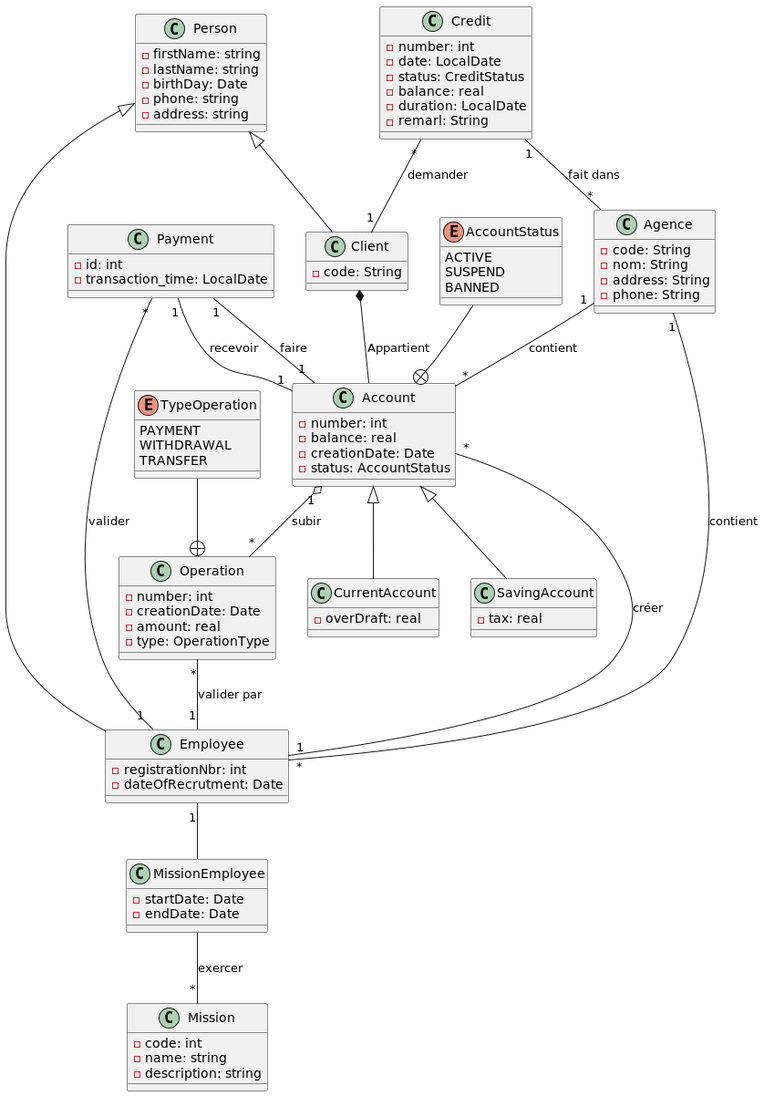
Earlier version of the PlantUML export class.png (aymane-smi/bank-management).
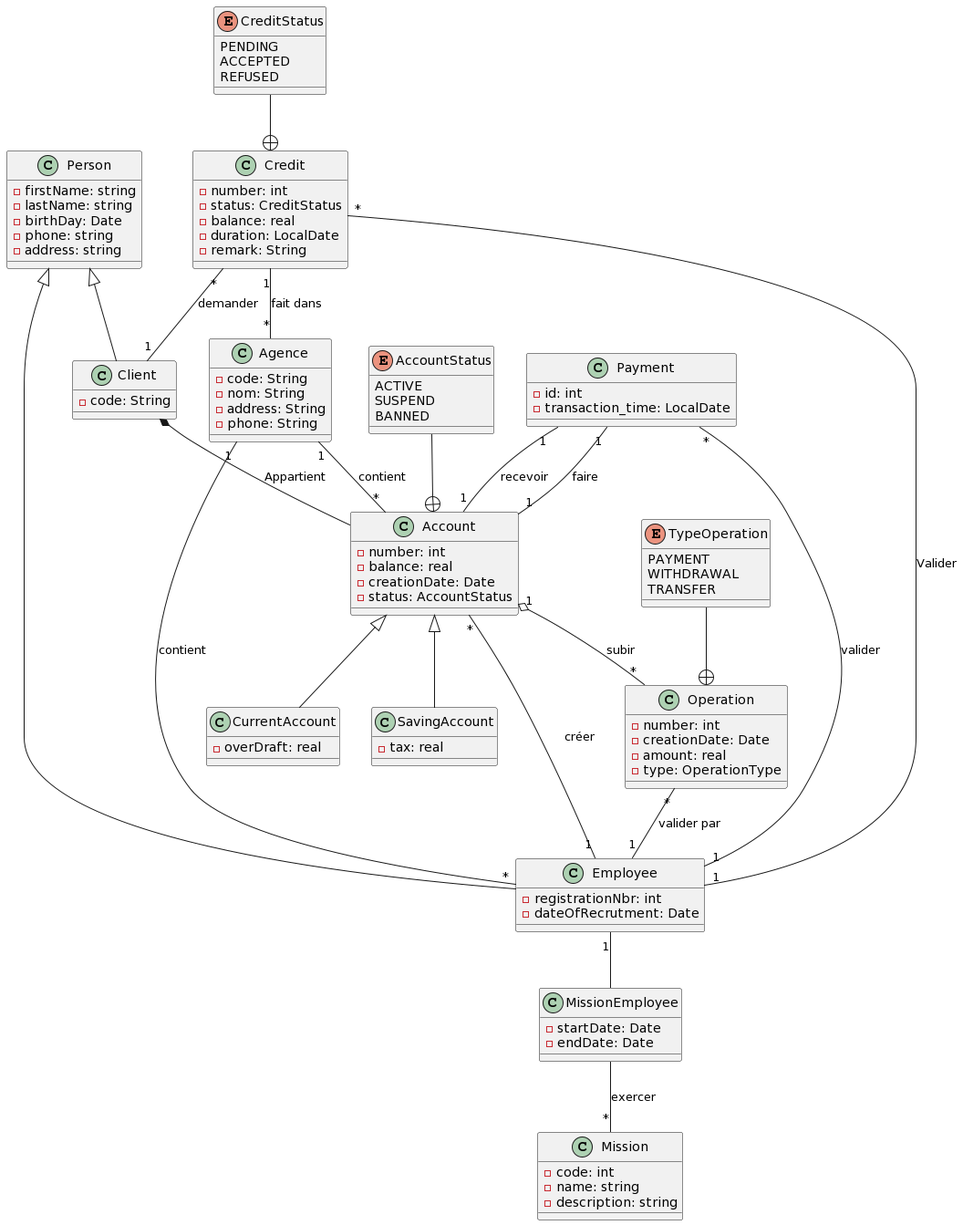
Later version of the same file.

Diff of the diagram source:
```diff
@@ -23,11 +23,10 @@
 
 class Credit{
   -number: int
-  -date: LocalDate
   -status: CreditStatus
   -balance: real
   -duration: LocalDate
-  -remarl: String
+  -remark: String
 }
 
 class Client extends Person{
@@ -84,8 +83,15 @@
   TRANSFER
 }
 
+enum CreditStatus {
+    PENDING
+    ACCEPTED
+    REFUSED
+}
+
 AccountStatus --+ Account
 TypeOperation --+ Operation
+CreditStatus --+ Credit
 
 Operation "*" -- "1" Employee : valider par
 Client *-- Account : Appartient
@@ -100,5 +106,5 @@
 Payment "1" -- "1" Account: recevoir
 Credit "1" -- "*" Agence: fait dans
 Credit "*" -- "1" Client: demander
-
+Credit "*" -- "1" Employee: Valider
 @enduml
```
